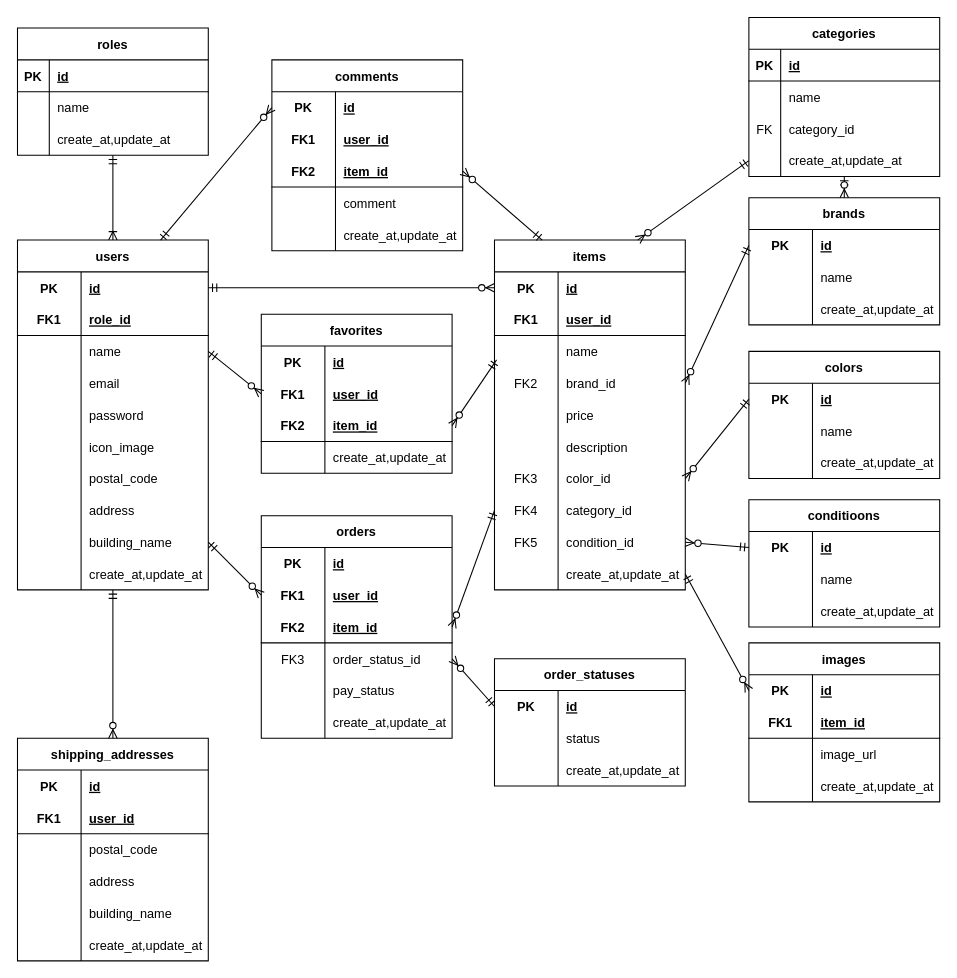
The draw.io diagram er.drawio in fujico23/coachtech-flea-market-app, before the edit. Source tidied: cells renumbered, new cells numbered last; positions are measured from the earlier drawing's top-left corner, leaving out a move shared by most shapes. Both pictures are drawn from the tidied source at 106%, with x=0, y=0 at pixel (17, 17).
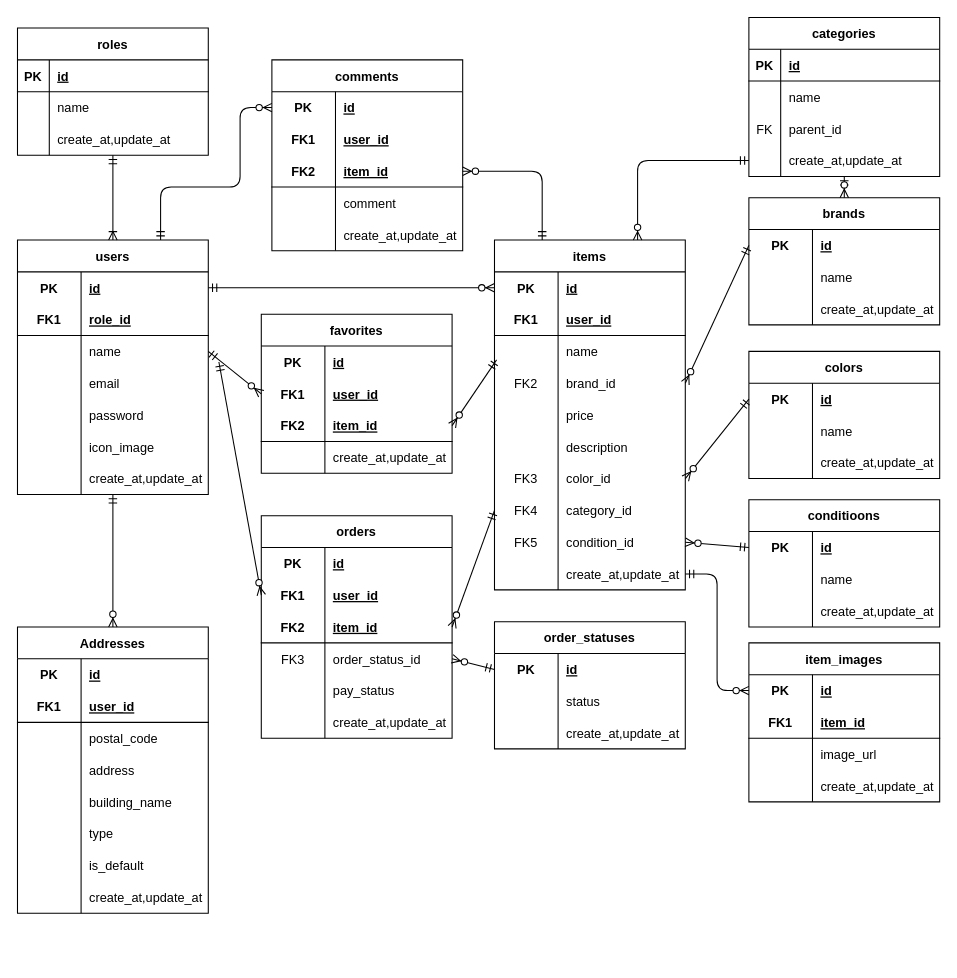
After the change.

Unchanged cells that the change refers to:
```xml
<mxCell id="62" value="items" style="shape=table;startSize=30;childLayout=tableLayout;rowLines=0;fontStyle=1;align=center;" parent="1" vertex="1">
  <mxGeometry x="450" y="210" width="180" height="330" as="geometry" />
</mxCell>
<mxCell id="90" style="shape=tableRow;horizontal=0;startSize=0;swimlaneHead=0;swimlaneBody=0;fillColor=none;points=[[0,0.5],[1,0.5]];portConstraint=eastwest;top=0;left=0;right=0;bottom=0;" parent="62" vertex="1">
  <mxGeometry y="300" width="180" height="30" as="geometry" />
</mxCell>
<mxCell id="110" style="shape=tableRow;horizontal=0;startSize=0;swimlaneHead=0;swimlaneBody=0;fillColor=none;top=0;left=0;right=0;bottom=0;" parent="103" vertex="1">
  <mxGeometry y="90" width="180" height="30" as="geometry" />
</mxCell>
<mxCell id="113" style="shape=tableRow;horizontal=0;startSize=0;swimlaneHead=0;swimlaneBody=0;fillColor=none;points=[[0,0.5],[1,0.5]];portConstraint=eastwest;top=0;left=0;right=0;bottom=0;" parent="103" vertex="1">
  <mxGeometry y="120" width="180" height="30" as="geometry" />
</mxCell>
<mxCell id="137" style="shape=tableRow;horizontal=0;startSize=0;swimlaneHead=0;swimlaneBody=0;fillColor=none;points=[[0,0.5],[1,0.5]];portConstraint=eastwest;top=0;left=0;right=0;bottom=0;" parent="136" vertex="1">
  <mxGeometry y="30" width="180" height="30" as="geometry" />
</mxCell>
<mxCell id="143" style="shape=tableRow;horizontal=0;startSize=0;swimlaneHead=0;swimlaneBody=0;fillColor=none;points=[[0,0.5],[1,0.5]];portConstraint=eastwest;top=0;left=0;right=0;bottom=1;" parent="136" vertex="1">
  <mxGeometry y="90" width="180" height="30" as="geometry" />
</mxCell>
<mxCell id="169" style="shape=tableRow;horizontal=0;startSize=0;swimlaneHead=0;swimlaneBody=0;fillColor=none;points=[[0,0.5],[1,0.5]];portConstraint=eastwest;top=0;left=0;right=0;bottom=0;" parent="165" vertex="1">
  <mxGeometry y="60" width="180" height="30" as="geometry" />
</mxCell>
<mxCell id="201" style="shape=tableRow;horizontal=0;startSize=0;swimlaneHead=0;swimlaneBody=0;fillColor=none;points=[[0,0.5],[1,0.5]];portConstraint=eastwest;top=0;left=0;right=0;bottom=0;" parent="200" vertex="1">
  <mxGeometry y="30" width="180" height="30" as="geometry" />
</mxCell>
```

The edit, as a diff of the source:
```diff
@@
     <mxCell id="2" value="users" style="shape=table;startSize=30;childLayout=tableLayout;rowLines=0;fontStyle=1;align=center;" parent="1" vertex="1">
-      <mxGeometry y="210" width="180" height="330" as="geometry" />
+      <mxGeometry y="210" width="180" height="240" as="geometry" />
     </mxCell>
@@
-    <mxCell id="21" style="shape=tableRow;horizontal=0;startSize=0;swimlaneHead=0;swimlaneBody=0;fillColor=none;top=0;left=0;right=0;bottom=0;" parent="2" vertex="1">
-      <mxGeometry y="210" width="180" height="30" as="geometry" />
-    </mxCell>
-    <mxCell id="22" style="shape=partialRectangle;fillColor=none;top=0;left=0;bottom=0;right=0;overflow=hidden;" parent="21" vertex="1">
-      <mxGeometry width="60" height="30" as="geometry" />
-    </mxCell>
-    <mxCell id="23" value="postal_code" style="shape=partialRectangle;fillColor=none;top=0;left=0;bottom=0;right=0;align=left;spacingLeft=6;overflow=hidden;" parent="21" vertex="1">
-      <mxGeometry x="60" width="120" height="30" as="geometry" />
-    </mxCell>
-    <mxCell id="24" style="shape=tableRow;horizontal=0;startSize=0;swimlaneHead=0;swimlaneBody=0;fillColor=none;top=0;left=0;right=0;bottom=0;" parent="2" vertex="1">
-      <mxGeometry y="240" width="180" height="30" as="geometry" />
-    </mxCell>
-    <mxCell id="25" style="shape=partialRectangle;fillColor=none;top=0;left=0;bottom=0;right=0;overflow=hidden;" parent="24" vertex="1">
-      <mxGeometry width="60" height="30" as="geometry" />
-    </mxCell>
-    <mxCell id="26" value="address" style="shape=partialRectangle;fillColor=none;top=0;left=0;bottom=0;right=0;align=left;spacingLeft=6;overflow=hidden;" parent="24" vertex="1">
-      <mxGeometry x="60" width="120" height="30" as="geometry" />
-    </mxCell>
-    <mxCell id="27" style="shape=tableRow;horizontal=0;startSize=0;swimlaneHead=0;swimlaneBody=0;fillColor=none;points=[[0,0.5],[1,0.5]];portConstraint=eastwest;top=0;left=0;right=0;bottom=0;" parent="2" vertex="1">
-      <mxGeometry y="270" width="180" height="30" as="geometry" />
-    </mxCell>
-    <mxCell id="28" style="shape=partialRectangle;fillColor=none;top=0;left=0;bottom=0;right=0;overflow=hidden;" parent="27" vertex="1">
-      <mxGeometry width="60" height="30" as="geometry" />
-    </mxCell>
-    <mxCell id="29" value="building_name" style="shape=partialRectangle;fillColor=none;top=0;left=0;bottom=0;right=0;align=left;spacingLeft=6;overflow=hidden;" parent="27" vertex="1">
-      <mxGeometry x="60" width="120" height="30" as="geometry" />
-    </mxCell>
     <mxCell id="30" style="shape=tableRow;horizontal=0;startSize=0;swimlaneHead=0;swimlaneBody=0;fillColor=none;points=[[0,0.5],[1,0.5]];portConstraint=eastwest;top=0;left=0;right=0;bottom=0;" parent="2" vertex="1">
-      <mxGeometry y="300" width="180" height="30" as="geometry" />
+      <mxGeometry y="210" width="180" height="30" as="geometry" />
     </mxCell>
@@
-    <mxCell id="43" value="shipping_addresses" style="shape=table;startSize=30;childLayout=tableLayout;rowLines=0;fontStyle=1;align=center;" parent="1" vertex="1">
-      <mxGeometry y="680" width="180" height="210" as="geometry" />
+    <mxCell id="43" value="Addresses" style="shape=table;startSize=30;childLayout=tableLayout;rowLines=0;fontStyle=1;align=center;" parent="1" vertex="1">
+      <mxGeometry y="575" width="180" height="270" as="geometry" />
     </mxCell>
@@
+    <mxCell id="223" style="shape=tableRow;horizontal=0;startSize=0;swimlaneHead=0;swimlaneBody=0;fillColor=none;top=0;left=0;right=0;bottom=0;" parent="43" vertex="1">
+      <mxGeometry y="180" width="180" height="30" as="geometry" />
+    </mxCell>
+    <mxCell id="224" style="shape=partialRectangle;fillColor=none;top=0;left=0;bottom=0;right=0;overflow=hidden;" parent="223" vertex="1">
+      <mxGeometry width="60" height="30" as="geometry" />
+    </mxCell>
+    <mxCell id="225" value="type" style="shape=partialRectangle;fillColor=none;top=0;left=0;bottom=0;right=0;align=left;spacingLeft=6;overflow=hidden;" parent="223" vertex="1">
+      <mxGeometry x="60" width="120" height="30" as="geometry" />
+    </mxCell>
+    <mxCell id="23" style="shape=tableRow;horizontal=0;startSize=0;swimlaneHead=0;swimlaneBody=0;fillColor=none;top=0;left=0;right=0;bottom=0;" parent="43" vertex="1">
+      <mxGeometry y="210" width="180" height="30" as="geometry" />
+    </mxCell>
+    <mxCell id="226" style="shape=partialRectangle;fillColor=none;top=0;left=0;bottom=0;right=0;overflow=hidden;" parent="23" vertex="1">
+      <mxGeometry width="60" height="30" as="geometry" />
+    </mxCell>
+    <mxCell id="227" value="is_default" style="shape=partialRectangle;fillColor=none;top=0;left=0;bottom=0;right=0;align=left;spacingLeft=6;overflow=hidden;" parent="23" vertex="1">
+      <mxGeometry x="60" width="120" height="30" as="geometry" />
+    </mxCell>
     <mxCell id="59" style="shape=tableRow;horizontal=0;startSize=0;swimlaneHead=0;swimlaneBody=0;fillColor=none;top=0;left=0;right=0;bottom=0;" parent="43" vertex="1">
-      <mxGeometry y="180" width="180" height="30" as="geometry" />
+      <mxGeometry y="240" width="180" height="30" as="geometry" />
     </mxCell>
@@
-    <mxCell id="112" value="category_id" style="shape=partialRectangle;fillColor=none;top=0;left=0;bottom=0;right=0;align=left;spacingLeft=6;overflow=hidden;" parent="110" vertex="1">
+    <mxCell id="112" value="parent_id" style="shape=partialRectangle;fillColor=none;top=0;left=0;bottom=0;right=0;align=left;spacingLeft=6;overflow=hidden;" parent="110" vertex="1">
       <mxGeometry x="30" width="150" height="30" as="geometry" />
     </mxCell>
@@
     <mxCell id="184" value="order_statuses" style="shape=table;startSize=30;childLayout=tableLayout;rowLines=0;fontStyle=1;align=center;" parent="1" vertex="1">
-      <mxGeometry x="450" y="605" width="180" height="120" as="geometry" />
+      <mxGeometry x="450" y="570" width="180" height="120" as="geometry" />
     </mxCell>
@@
-    <mxCell id="195" style="fontSize=12;html=1;endArrow=ERzeroToMany;startArrow=ERmandOne;rounded=1;sketch=0;strokeColor=default;entryX=0.5;entryY=0;entryDx=0;entryDy=0;" parent="1" edge="1" target="43">
-      <mxGeometry relative="1" as="geometry">
-        <mxPoint x="90" y="540" as="sourcePoint" />
-      </mxGeometry>
+    <mxCell id="195" style="fontSize=12;html=1;endArrow=ERzeroToMany;startArrow=ERmandOne;rounded=1;sketch=0;strokeColor=default;entryX=0.5;entryY=0;entryDx=0;entryDy=0;" parent="1" edge="1" source="30" target="43">
+      <mxGeometry relative="1" as="geometry" />
     </mxCell>
-    <mxCell id="196" style="fontSize=12;html=1;endArrow=ERzeroToMany;startArrow=ERmandOne;rounded=1;sketch=0;strokeColor=default;entryX=0;entryY=0.5;entryDx=0;entryDy=0;exitX=0.75;exitY=0;exitDx=0;exitDy=0;" parent="1" edge="1" source="2" target="137">
-      <mxGeometry relative="1" as="geometry" />
+    <mxCell id="196" style="fontSize=12;html=1;endArrow=ERzeroToMany;startArrow=ERmandOne;rounded=1;sketch=0;strokeColor=default;entryX=0;entryY=0.5;entryDx=0;entryDy=0;exitX=0.75;exitY=0;exitDx=0;exitDy=0;edgeStyle=orthogonalEdgeStyle;" parent="1" edge="1" source="2" target="137">
+      <mxGeometry relative="1" as="geometry">
+        <Array as="points">
+          <mxPoint x="135" y="160" />
+          <mxPoint x="210" y="160" />
+          <mxPoint x="210" y="85" />
+        </Array>
+      </mxGeometry>
     </mxCell>
@@
-    <mxCell id="200" value="images" style="shape=table;startSize=30;childLayout=tableLayout;rowLines=0;fontStyle=1;align=center;" parent="1" vertex="1">
+    <mxCell id="200" value="item_images" style="shape=table;startSize=30;childLayout=tableLayout;rowLines=0;fontStyle=1;align=center;" parent="1" vertex="1">
       <mxGeometry x="690" y="590" width="180" height="150" as="geometry" />
     </mxCell>
@@
-    <mxCell id="213" style="fontSize=12;html=1;endArrow=ERzeroToMany;startArrow=ERmandOne;rounded=1;sketch=0;strokeColor=default;entryX=0;entryY=0.5;entryDx=0;entryDy=0;exitX=1;exitY=0.5;exitDx=0;exitDy=0;" parent="1" edge="1" source="90" target="201">
+    <mxCell id="213" style="fontSize=12;html=1;endArrow=ERzeroToMany;startArrow=ERmandOne;rounded=1;sketch=0;strokeColor=default;entryX=0;entryY=0.5;entryDx=0;entryDy=0;exitX=1;exitY=0.5;exitDx=0;exitDy=0;edgeStyle=orthogonalEdgeStyle;" parent="1" edge="1" source="90" target="201">
       <mxGeometry relative="1" as="geometry" />
     </mxCell>
@@
-    <mxCell id="218" style="fontSize=12;html=1;endArrow=ERzeroToMany;startArrow=ERmandOne;rounded=1;sketch=0;strokeColor=default;entryX=0;entryY=0.5;entryDx=0;entryDy=0;exitX=1;exitY=0.5;exitDx=0;exitDy=0;" parent="1" edge="1" source="27" target="169">
-      <mxGeometry relative="1" as="geometry" />
+    <mxCell id="218" style="fontSize=12;html=1;endArrow=ERzeroToMany;startArrow=ERmandOne;rounded=1;sketch=0;strokeColor=default;entryX=0;entryY=0.5;entryDx=0;entryDy=0;exitX=1;exitY=0.5;exitDx=0;exitDy=0;" parent="1" edge="1" target="169">
+      <mxGeometry relative="1" as="geometry">
+        <mxPoint x="190" y="325" as="sourcePoint" />
+      </mxGeometry>
     </mxCell>
@@
-    <mxCell id="220" style="fontSize=12;html=1;endArrow=ERzeroToMany;startArrow=ERmandOne;rounded=1;sketch=0;strokeColor=default;entryX=1;entryY=0.5;entryDx=0;entryDy=0;exitX=0.25;exitY=0;exitDx=0;exitDy=0;" parent="1" edge="1" source="62" target="143">
+    <mxCell id="220" style="fontSize=12;html=1;endArrow=ERzeroToMany;startArrow=ERmandOne;rounded=1;sketch=0;strokeColor=default;entryX=1;entryY=0.5;entryDx=0;entryDy=0;exitX=0.25;exitY=0;exitDx=0;exitDy=0;edgeStyle=orthogonalEdgeStyle;" parent="1" edge="1" source="62" target="143">
       <mxGeometry relative="1" as="geometry" />
     </mxCell>
@@
-    <mxCell id="222" style="fontSize=12;html=1;endArrow=ERzeroToMany;startArrow=ERmandOne;rounded=1;sketch=0;strokeColor=default;entryX=0.75;entryY=0;entryDx=0;entryDy=0;exitX=0;exitY=0.5;exitDx=0;exitDy=0;" parent="1" edge="1" source="113" target="62">
+    <mxCell id="222" style="fontSize=12;html=1;endArrow=ERzeroToMany;startArrow=ERmandOne;rounded=1;sketch=0;strokeColor=default;entryX=0.75;entryY=0;entryDx=0;entryDy=0;exitX=0;exitY=0.5;exitDx=0;exitDy=0;edgeStyle=orthogonalEdgeStyle;" parent="1" edge="1" source="113" target="62">
       <mxGeometry relative="1" as="geometry" />
     </mxCell>
```
